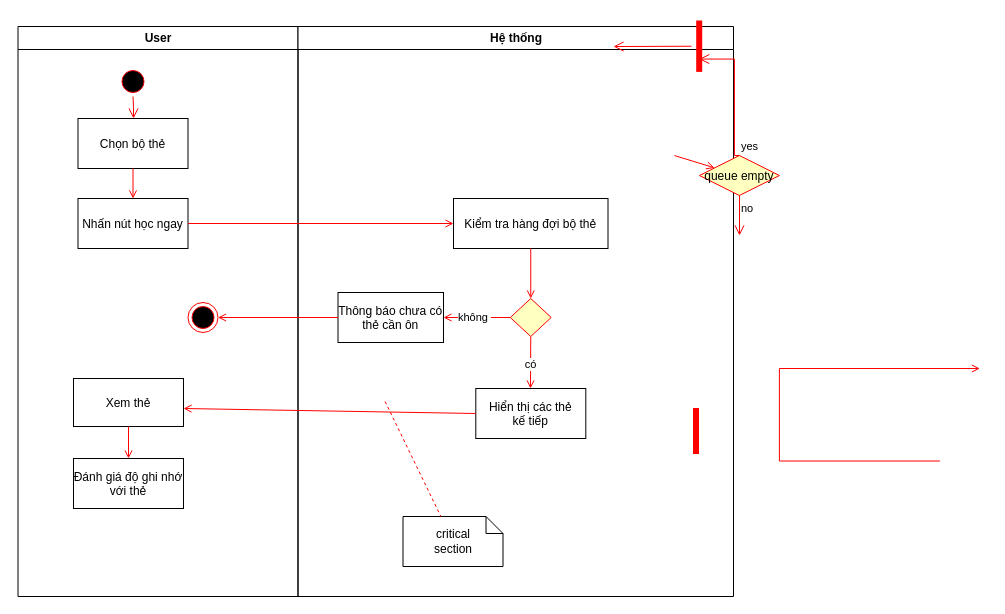
Earlier version of the draw.io diagram docs/hoatdongcura1phienhocontap.drawio (DUYCUTEPHOMAIQUE/Project3). Source tidied: cells renumbered, new cells numbered last; positions are measured from the earlier drawing's top-left corner, leaving out a move shared by most shapes. Both pictures are drawn from the tidied source at 100%, with x=0, y=0 at pixel (17, 26).
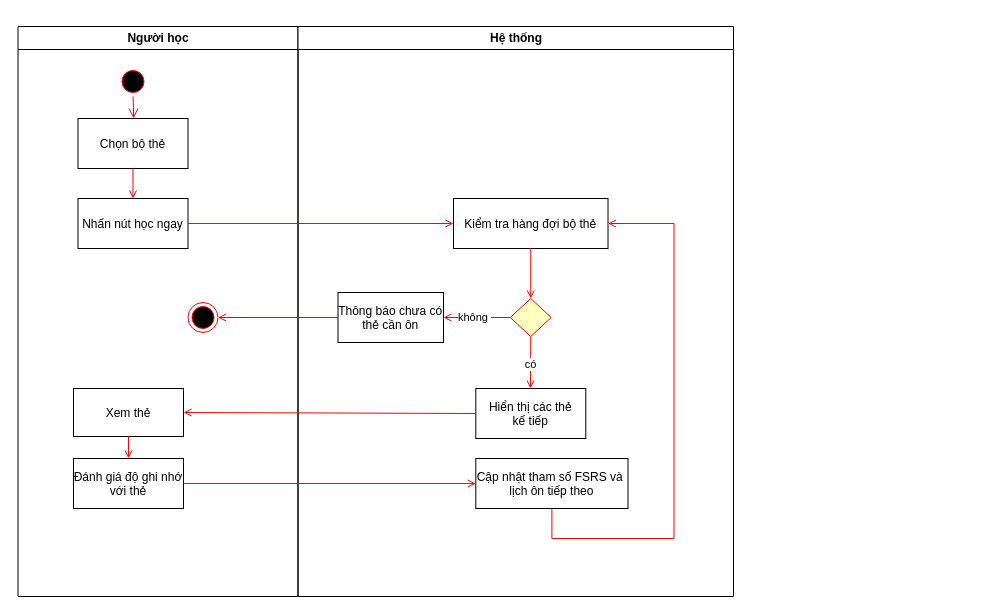
The same page after the edit.

Unchanged cells that the change refers to:
```xml
<mxCell id="10" value="Đánh giá độ ghi nhớ&#10;với thẻ" parent="2" vertex="1">
  <mxGeometry x="55.5" y="432" width="110" height="50" as="geometry" />
</mxCell>
<mxCell id="12" value="Hệ thống" style="swimlane;whiteSpace=wrap;" parent="1" vertex="1">
  <mxGeometry x="280.5" width="435.5" height="570" as="geometry" />
</mxCell>
<mxCell id="16" value="Kiểm tra hàng đợi bộ thẻ" parent="12" vertex="1">
  <mxGeometry x="155.5" y="172" width="154.5" height="50" as="geometry" />
</mxCell>
<mxCell id="24" value="Hiển thị các thẻ &#10;kế tiếp" parent="12" vertex="1">
  <mxGeometry x="177.8" y="362" width="110" height="50" as="geometry" />
</mxCell>
```

Diff of the diagram source:
```diff
@@
-    <mxCell id="2" value="User" style="swimlane;whiteSpace=wrap;" parent="1" vertex="1">
+    <mxCell id="2" value="Người học" style="swimlane;whiteSpace=wrap;" parent="1" vertex="1">
       <mxGeometry x="0.5" width="280" height="570" as="geometry" />
     </mxCell>
@@
     <mxCell id="9" value="Xem thẻ" parent="2" vertex="1">
-      <mxGeometry x="55.5" y="352" width="110" height="48" as="geometry" />
+      <mxGeometry x="55.5" y="362" width="110" height="48" as="geometry" />
     </mxCell>
@@
-    <mxCell id="13" style="edgeStyle=elbowEdgeStyle;elbow=horizontal;verticalAlign=bottom;endArrow=open;endSize=8;strokeColor=#FF0000;endFill=1;rounded=0;" parent="12" edge="1" source="26">
-      <mxGeometry x="130" y="90" as="geometry">
-        <mxPoint x="315.5" y="20" as="targetPoint" />
-        <Array as="points">
-          <mxPoint x="326" y="20" />
-        </Array>
-      </mxGeometry>
-    </mxCell>
-    <mxCell id="14" value="critical&#10;section" style="shape=note;whiteSpace=wrap;size=17;" parent="12" vertex="1">
-      <mxGeometry x="105" y="490" width="100" height="50" as="geometry" />
-    </mxCell>
-    <mxCell id="15" style="endArrow=none;strokeColor=#FF0000;endFill=0;rounded=0;dashed=1;" parent="12" edge="1" target="14">
-      <mxGeometry relative="1" as="geometry">
-        <mxPoint x="87.1" y="375" as="sourcePoint" />
-      </mxGeometry>
-    </mxCell>
@@
+    <mxCell id="35" value="Cập nhật tham số FSRS và &#10;lịch ôn tiếp theo" parent="12" vertex="1">
+      <mxGeometry x="177.8" y="432" width="152.2" height="50" as="geometry" />
+    </mxCell>
+    <mxCell id="36" style="endArrow=open;strokeColor=#FF0000;endFill=1;rounded=0;exitX=0.5;exitY=1;exitDx=0;exitDy=0;entryX=1;entryY=0.5;entryDx=0;entryDy=0;edgeStyle=orthogonalEdgeStyle;" parent="12" edge="1" source="35" target="16">
+      <mxGeometry relative="1" as="geometry">
+        <Array as="points">
+          <mxPoint x="254" y="512" />
+          <mxPoint x="376" y="512" />
+          <mxPoint x="376" y="197" />
+        </Array>
+      </mxGeometry>
+    </mxCell>
-    <mxCell id="25" style="endArrow=open;strokeColor=#FF0000;endFill=1;rounded=0;exitX=0;exitY=0.5;exitDx=0;exitDy=0;" parent="1" edge="1" source="24">
-      <mxGeometry relative="1" as="geometry">
-        <mxPoint x="166" y="382" as="targetPoint" />
-      </mxGeometry>
+    <mxCell id="25" style="endArrow=open;strokeColor=#FF0000;endFill=1;rounded=0;exitX=0;exitY=0.5;exitDx=0;exitDy=0;entryX=1;entryY=0.5;entryDx=0;entryDy=0;" parent="1" edge="1" source="24" target="9">
+      <mxGeometry relative="1" as="geometry" />
     </mxCell>
-    <mxCell id="26" style="shape=line;strokeWidth=6;strokeColor=#ff0000;rotation=90;" parent="1" vertex="1">
-      <mxGeometry x="656" y="12" width="51.4" height="15.4" as="geometry" />
-    </mxCell>
-    <mxCell id="27" value="yes" style="edgeStyle=elbowEdgeStyle;elbow=horizontal;align=left;verticalAlign=bottom;endArrow=open;endSize=8;strokeColor=#FF0000;exitX=0.5;exitY=0;endFill=1;rounded=0;entryX=0.75;entryY=0.5;entryPerimeter=0;" parent="1" edge="1" source="28" target="26">
-      <mxGeometry x="-1" relative="1" as="geometry">
-        <Array as="points">
-          <mxPoint x="716.9" y="64" />
-        </Array>
-      </mxGeometry>
-    </mxCell>
-    <mxCell id="28" value="queue empty" style="rhombus;fillColor=#ffffc0;strokeColor=#ff0000;" parent="1" vertex="1">
-      <mxGeometry x="681.9" y="129" width="80" height="40" as="geometry" />
-    </mxCell>
-    <mxCell id="29" style="endArrow=open;strokeColor=#FF0000;endFill=1;rounded=0;" parent="1" edge="1" target="28">
-      <mxGeometry relative="1" as="geometry">
-        <mxPoint x="656.9" y="129" as="sourcePoint" />
-      </mxGeometry>
-    </mxCell>
-    <mxCell id="30" value="no" style="edgeStyle=elbowEdgeStyle;elbow=horizontal;align=left;verticalAlign=top;endArrow=open;endSize=8;strokeColor=#FF0000;endFill=1;rounded=0;" parent="1" edge="1" source="28">
-      <mxGeometry x="-1" relative="1" as="geometry">
-        <mxPoint x="722.4" y="209" as="targetPoint" />
-      </mxGeometry>
-    </mxCell>
@@
-    <mxCell id="32" style="edgeStyle=elbowEdgeStyle;elbow=horizontal;entryX=0;entryY=0.5;strokeColor=#FF0000;endArrow=open;endFill=1;rounded=0;" parent="1" edge="1">
-      <mxGeometry relative="1" as="geometry">
-        <mxPoint x="922.4" y="434.5" as="sourcePoint" />
-        <mxPoint x="962.4" y="342" as="targetPoint" />
-        <Array as="points">
-          <mxPoint x="761.9" y="337.5" />
-        </Array>
-      </mxGeometry>
-    </mxCell>
-    <mxCell id="33" style="whiteSpace=wrap;strokeColor=#FF0000;fillColor=#FF0000;" parent="1" vertex="1">
-      <mxGeometry x="676" y="382" width="5" height="45" as="geometry" />
-    </mxCell>
@@
+    <mxCell id="37" style="endArrow=open;strokeColor=#FF0000;endFill=1;rounded=0;exitX=1;exitY=0.5;exitDx=0;exitDy=0;entryX=0;entryY=0.5;entryDx=0;entryDy=0;" parent="1" edge="1" source="10" target="35">
+      <mxGeometry relative="1" as="geometry" />
+    </mxCell>
```
